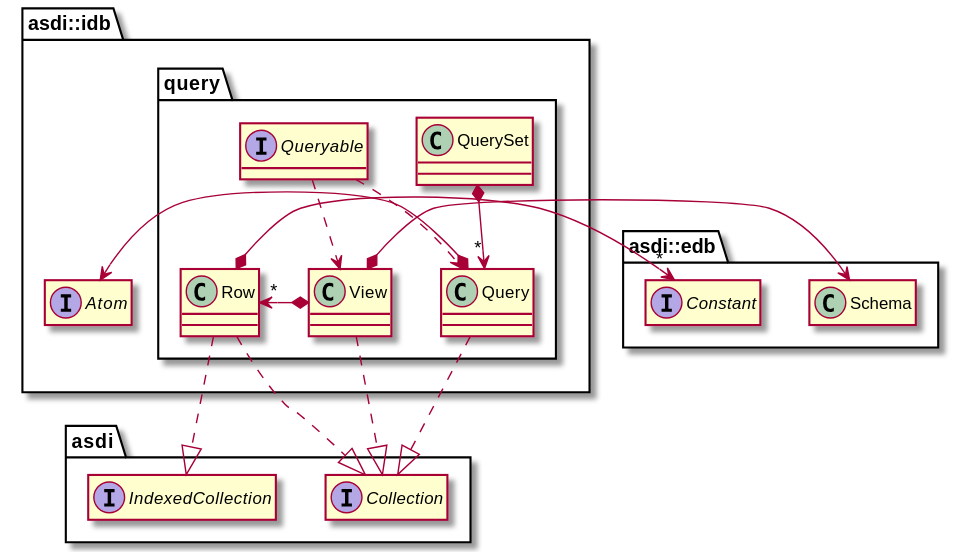
The PlantUML diagram book/src/model/idb_query.svg in johnstonskj/rust-asdi, before a commit.
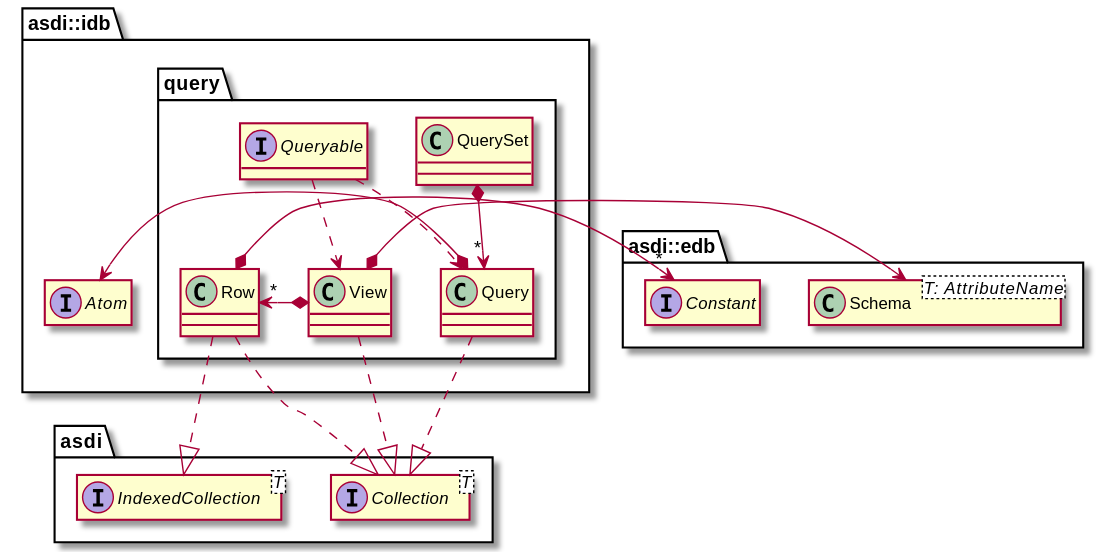
The same diagram one commit later.

Change to the diagram source:
```diff
@@ -2,10 +2,10 @@
 
 !include options.plantuml
 
-interface asdi::Collection
+interface asdi::Collection<T>
 hide "asdi::Collection" members
 
-interface asdi::IndexedCollection
+interface asdi::IndexedCollection<T>
 hide "asdi::IndexedCollection" members
 
 interface asdi::idb::Atom
@@ -14,7 +14,7 @@
 interface asdi::edb::Constant
 hide "asdi::edb::Constant" members
 
-class asdi::edb::Schema
+class asdi::edb::Schema<T: AttributeName>
 hide "asdi::edb::Schema" members
 
 namespace asdi::idb::query {
```
